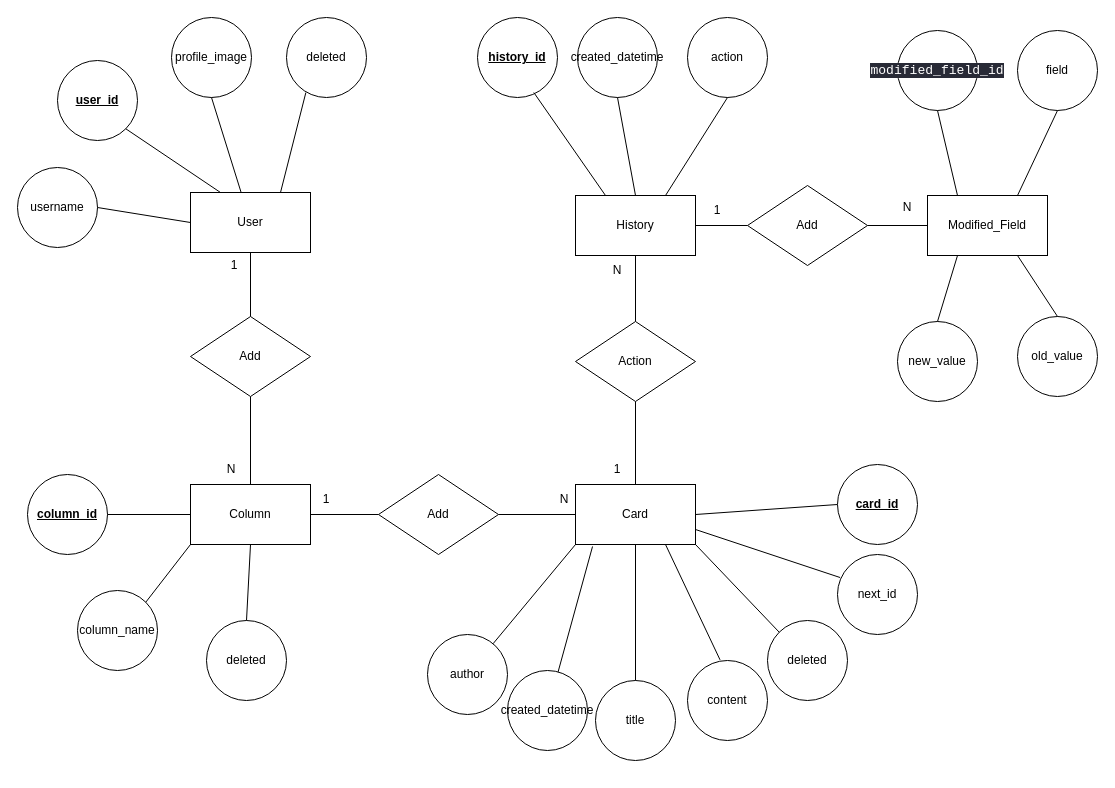
Earlier version of the draw.io diagram page "ER-diagram" (1 of 3) of backend/diagram.drawio (codesquad-members-2022/todo-list). Source tidied: cells renumbered, new cells numbered last; positions are measured from the earlier drawing's top-left corner, leaving out a move shared by most shapes. Both pictures are drawn from the tidied source at 100%, with x=0, y=0 at pixel (17, 17).
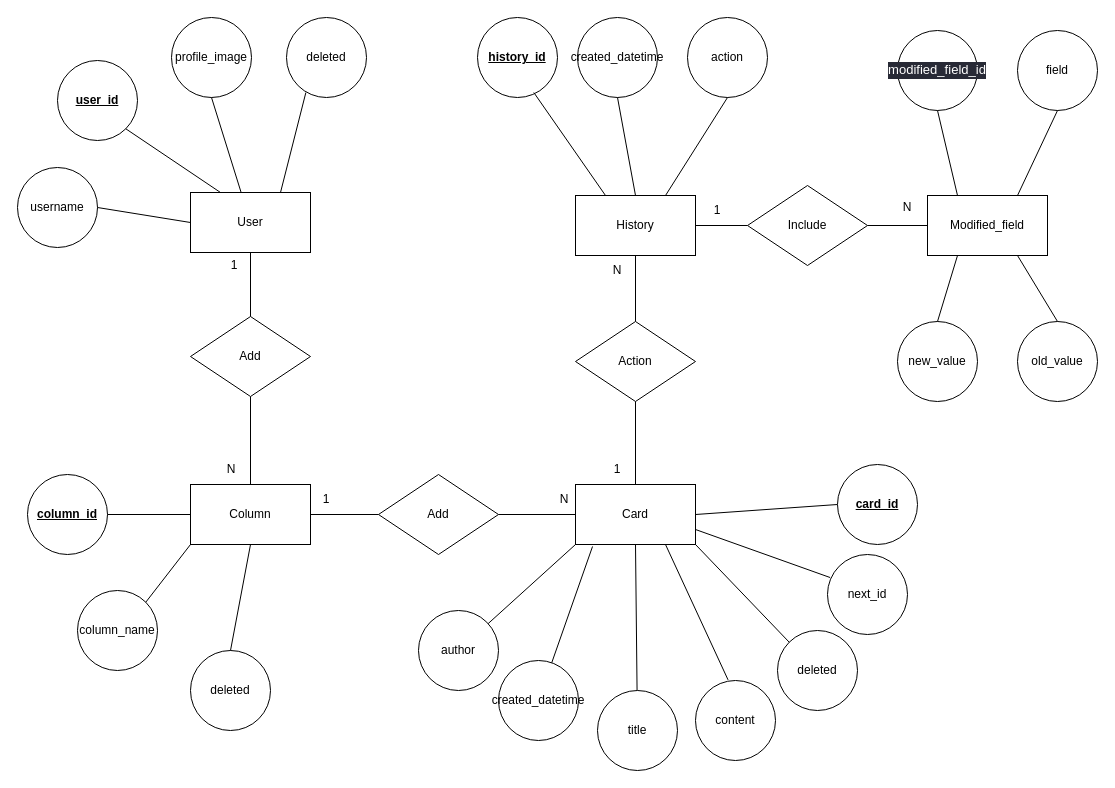
After the change.

Diff of the diagram source:
```diff
@@
     <mxCell id="18" value="content" style="ellipse;whiteSpace=wrap;html=1;" parent="1" vertex="1">
-      <mxGeometry x="670" y="643" width="80" height="80" as="geometry" />
+      <mxGeometry x="678" y="663" width="80" height="80" as="geometry" />
     </mxCell>
     <mxCell id="19" value="deleted" style="ellipse;whiteSpace=wrap;html=1;" parent="1" vertex="1">
-      <mxGeometry x="750" y="603" width="80" height="80" as="geometry" />
+      <mxGeometry x="760" y="613" width="80" height="80" as="geometry" />
     </mxCell>
@@
     <mxCell id="30" value="next_id" style="ellipse;whiteSpace=wrap;html=1;" parent="1" vertex="1">
-      <mxGeometry x="820" y="537" width="80" height="80" as="geometry" />
+      <mxGeometry x="810" y="537" width="80" height="80" as="geometry" />
     </mxCell>
@@
     <mxCell id="34" value="title" style="ellipse;whiteSpace=wrap;html=1;" parent="1" vertex="1">
-      <mxGeometry x="578" y="663" width="80" height="80" as="geometry" />
+      <mxGeometry x="580" y="673" width="80" height="80" as="geometry" />
     </mxCell>
@@
     <mxCell id="36" value="deleted" style="ellipse;whiteSpace=wrap;html=1;" parent="1" vertex="1">
-      <mxGeometry x="189" y="603" width="80" height="80" as="geometry" />
+      <mxGeometry x="173" y="633" width="80" height="80" as="geometry" />
     </mxCell>
@@
     <mxCell id="44" value="created_datetime" style="ellipse;whiteSpace=wrap;html=1;" parent="1" vertex="1">
-      <mxGeometry x="490" y="653" width="80" height="80" as="geometry" />
+      <mxGeometry x="481" y="643" width="80" height="80" as="geometry" />
     </mxCell>
@@
     <mxCell id="46" value="author" style="ellipse;whiteSpace=wrap;html=1;" parent="1" vertex="1">
-      <mxGeometry x="410" y="617" width="80" height="80" as="geometry" />
+      <mxGeometry x="401" y="593" width="80" height="80" as="geometry" />
     </mxCell>
@@
-    <mxCell id="55" value="Modified_Field" style="rounded=0;whiteSpace=wrap;html=1;" parent="1" vertex="1">
+    <mxCell id="55" value="Modified_field" style="rounded=0;whiteSpace=wrap;html=1;" parent="1" vertex="1">
       <mxGeometry x="910" y="178" width="120" height="60" as="geometry" />
     </mxCell>
     <mxCell id="56" value="old_value" style="ellipse;whiteSpace=wrap;html=1;" parent="1" vertex="1">
-      <mxGeometry x="1000" y="299" width="80" height="80" as="geometry" />
+      <mxGeometry x="1000" y="304" width="80" height="80" as="geometry" />
     </mxCell>
@@
-    <mxCell id="58" value="&lt;pre style=&quot;background-color: rgb(40 , 42 , 54) ; font-family: &amp;#34;jetbrains mono&amp;#34; , monospace ; font-size: 9.8pt&quot;&gt;&lt;font color=&quot;#ffffff&quot;&gt;modified_field_id&lt;/font&gt;&lt;/pre&gt;" style="ellipse;whiteSpace=wrap;html=1;" parent="1" vertex="1">
+    <mxCell id="58" value="&lt;pre style=&quot;background-color: rgb(40 , 42 , 54) ; font-size: 9.8pt&quot;&gt;&lt;font color=&quot;#ffffff&quot; face=&quot;Helvetica&quot;&gt;modified_field_id&lt;/font&gt;&lt;/pre&gt;" style="ellipse;whiteSpace=wrap;html=1;" parent="1" vertex="1">
       <mxGeometry x="880" y="13" width="80" height="80" as="geometry" />
     </mxCell>
@@
-    <mxCell id="62" value="Add" style="rhombus;whiteSpace=wrap;html=1;" parent="1" vertex="1">
+    <mxCell id="62" value="Include" style="rhombus;whiteSpace=wrap;html=1;" parent="1" vertex="1">
       <mxGeometry x="730" y="168" width="120" height="80" as="geometry" />
     </mxCell>
```
